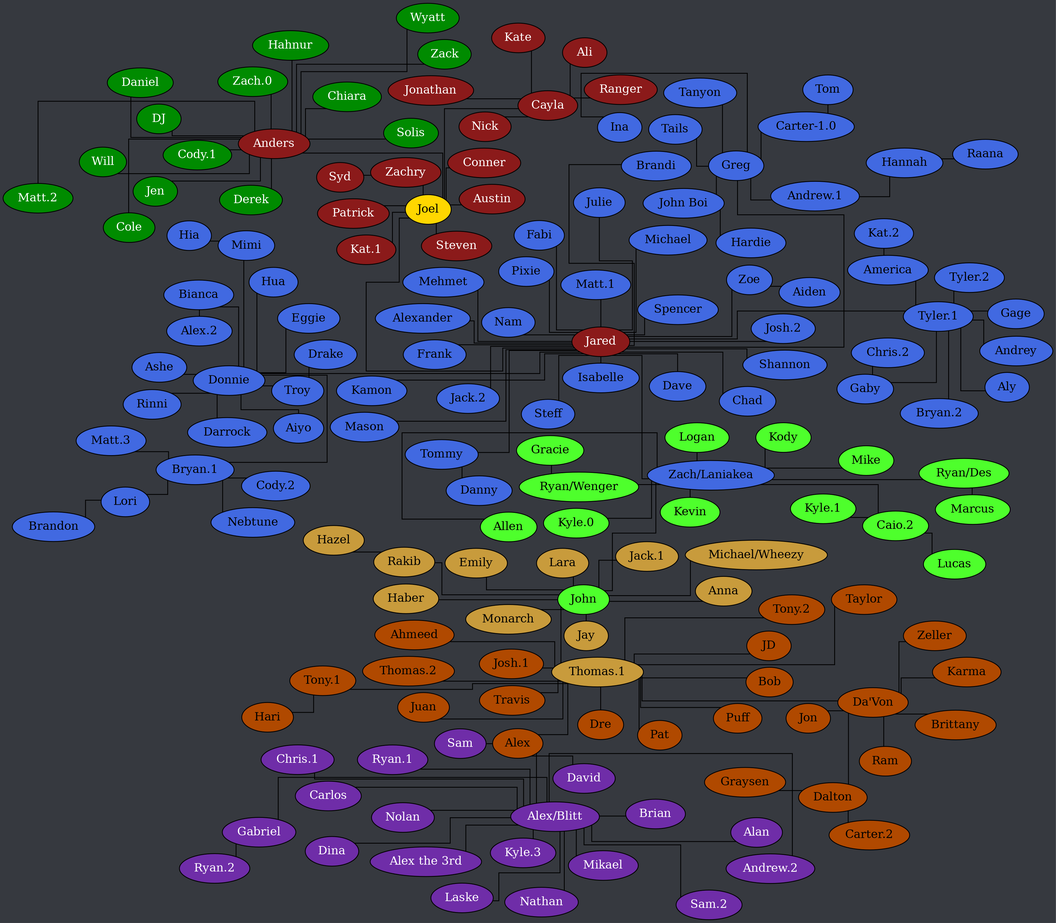
Documidas/CoronaCatzFamilyTree keeps this Graphviz diagram as tree.png. Above is the earlier version. Its source is kept beside it as tree.dot.
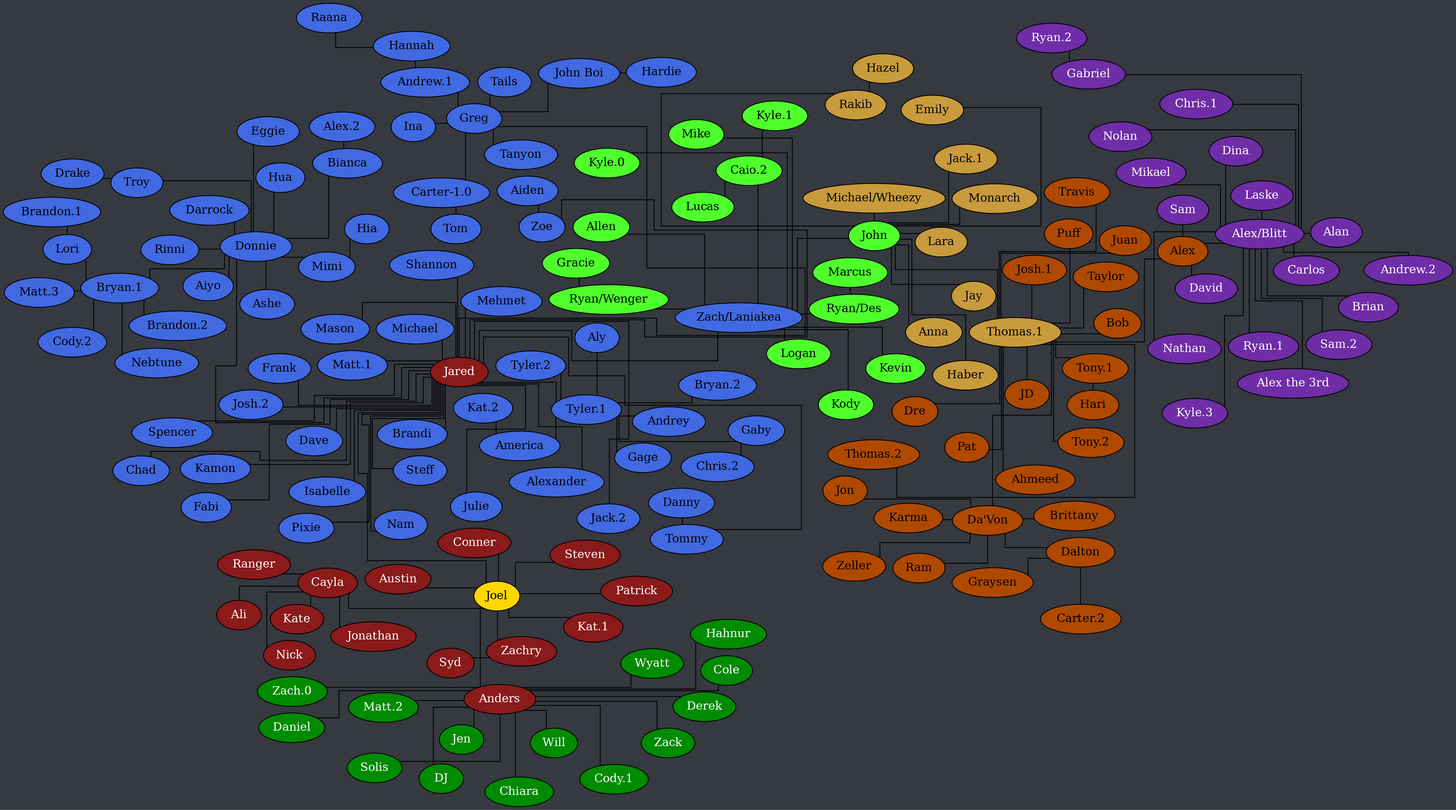
The same file after the commit.

The edit, as a diff of the source:
```diff
@@ -57,6 +57,7 @@
 		"Andrew.1" -- Hannah;
 		America -- "Kat.2";
 		Bianca -- "Alex.2";
+		"Bryan.1" -- "Brandon.2";
 		"Bryan.1" -- "Cody.2";
 		"Bryan.1" -- Lori;
 		"Bryan.1" -- "Matt.3";
@@ -80,7 +81,7 @@
 		Greg -- Tails;
 		Greg -- Tanyon;
 		Hannah -- Raana;
-		Lori -- Brandon;
+		Lori -- "Brandon.1";
 		Jared -- Alexander;
 		Jared -- Brandi;
 		Jared -- Chad;
```
